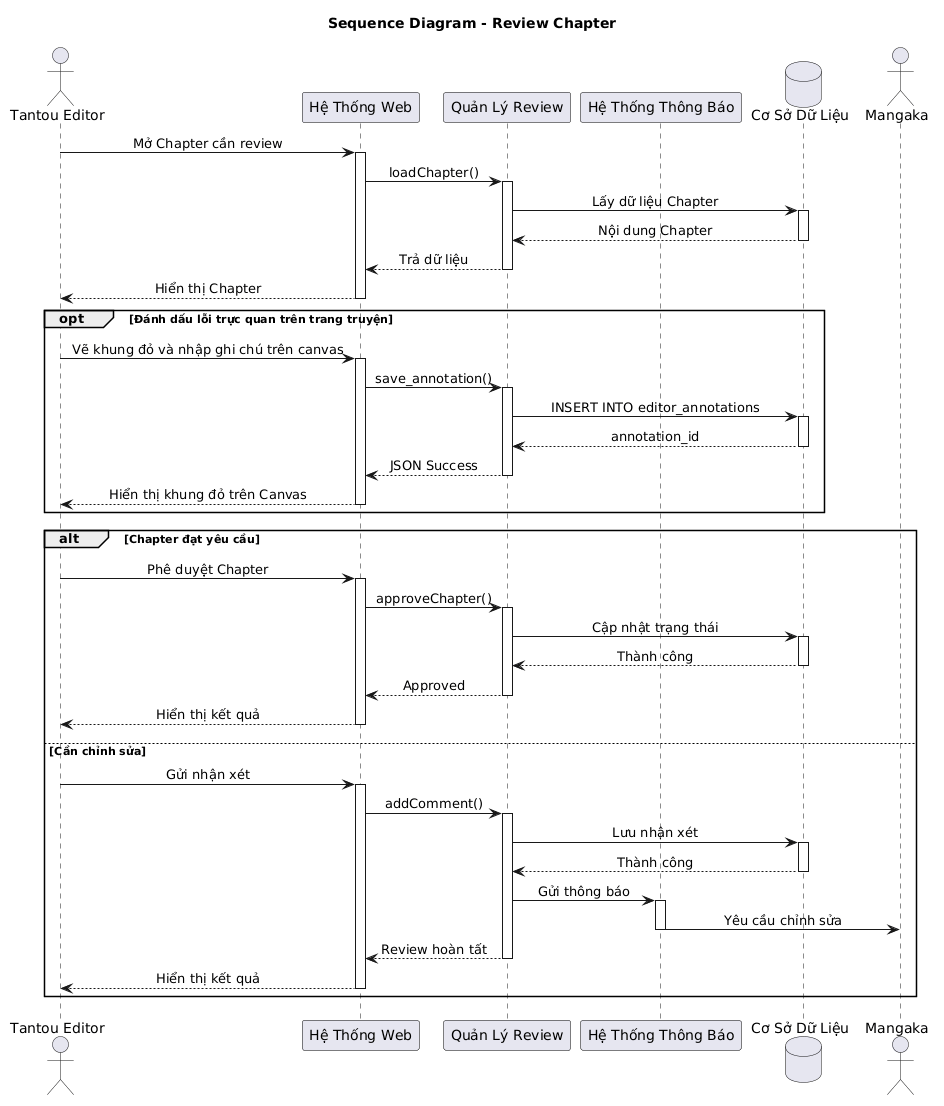
Earlier version of the PlantUML export assets/diagrams/Chapter3_IMAGE/sequence_diagram_review_chapter.png (trongtan0079/manga-workflow-report). Its diagram source:
```plantuml
@startuml
skinparam Shadowing false
skinparam ParticipantBackgroundColor #E6E6F0
skinparam ParticipantBorderColor Black
skinparam SequenceMessageAlign center

title Sequence Diagram - Review Chapter

actor "Tantou Editor" as Editor
participant "Hệ Thống Web" as Web
participant "Quản Lý Review" as ReviewManager
participant "Hệ Thống Thông Báo" as Notification
database "Cơ Sở Dữ Liệu" as DB
actor Mangaka

Editor -> Web : Mở Chapter cần review
activate Web

Web -> ReviewManager : loadChapter()
activate ReviewManager

ReviewManager -> DB : Lấy dữ liệu Chapter
activate DB
DB --> ReviewManager : Nội dung Chapter
deactivate DB

ReviewManager --> Web : Trả dữ liệu
deactivate ReviewManager

Web --> Editor : Hiển thị Chapter
deactivate Web

opt Đánh dấu lỗi trực quan trên trang truyện
    Editor -> Web : Vẽ khung đỏ và nhập ghi chú trên canvas
    activate Web
    Web -> ReviewManager : save_annotation()
    activate ReviewManager
    ReviewManager -> DB : INSERT INTO editor_annotations
    activate DB
    DB --> ReviewManager : annotation_id
    deactivate DB
    ReviewManager --> Web : JSON Success
    deactivate ReviewManager
    Web --> Editor : Hiển thị khung đỏ trên Canvas
    deactivate Web
end

alt Chapter đạt yêu cầu

    Editor -> Web : Phê duyệt Chapter
    activate Web

    Web -> ReviewManager : approveChapter()
    activate ReviewManager

    ReviewManager -> DB : Cập nhật trạng thái
    activate DB
    DB --> ReviewManager : Thành công
    deactivate DB

    ReviewManager --> Web : Approved
    deactivate ReviewManager

    Web --> Editor : Hiển thị kết quả
    deactivate Web

else Cần chỉnh sửa

    Editor -> Web : Gửi nhận xét
    activate Web

    Web -> ReviewManager : addComment()
    activate ReviewManager

    ReviewManager -> DB : Lưu nhận xét
    activate DB
    DB --> ReviewManager : Thành công
    deactivate DB

    ReviewManager -> Notification : Gửi thông báo
    activate Notification

    Notification -> Mangaka : Yêu cầu chỉnh sửa

    deactivate Notification

    ReviewManager --> Web : Review hoàn tất
    deactivate ReviewManager

    Web --> Editor : Hiển thị kết quả
    deactivate Web

end
@enduml
```
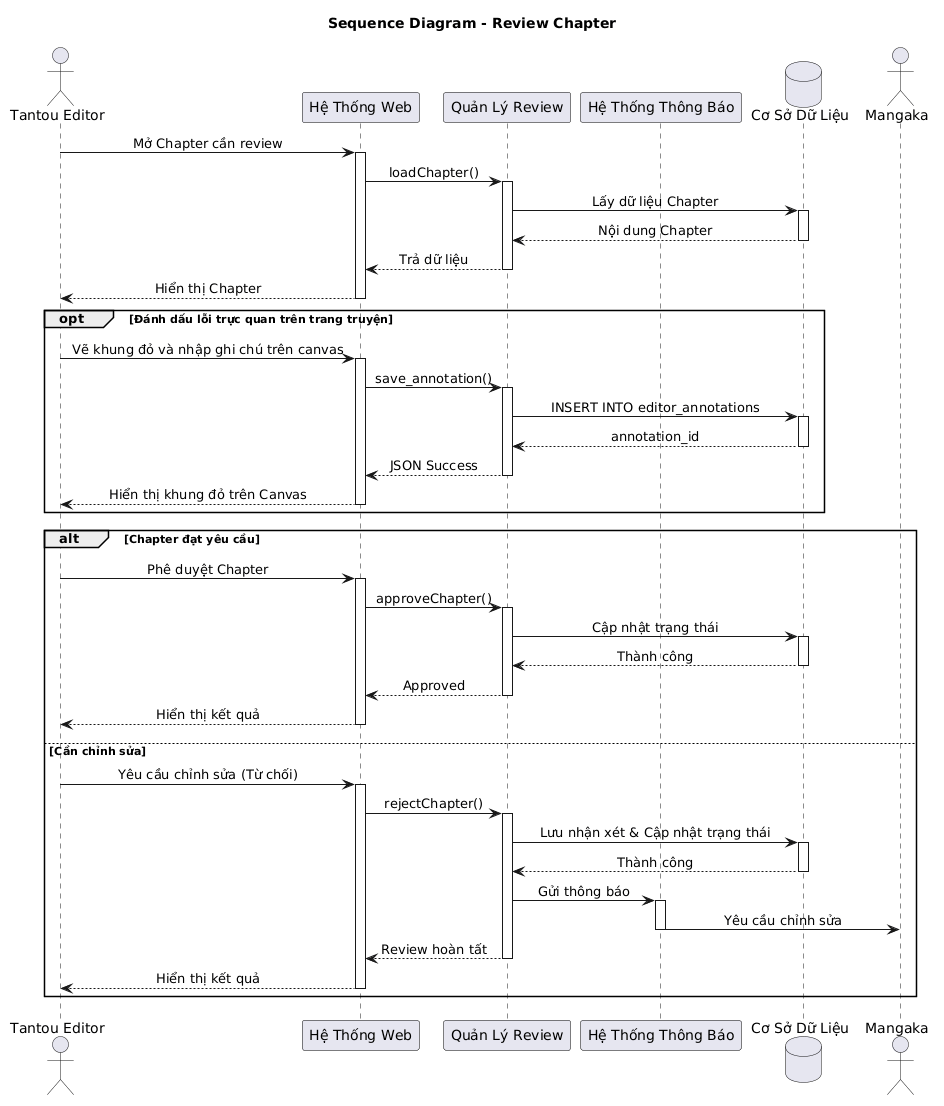
After the change.

What changed in the source:
```diff
@@ -66,13 +66,13 @@
 
 else Cần chỉnh sửa
 
-    Editor -> Web : Gửi nhận xét
+    Editor -> Web : Yêu cầu chỉnh sửa (Từ chối)
     activate Web
 
-    Web -> ReviewManager : addComment()
+    Web -> ReviewManager : rejectChapter()
     activate ReviewManager
 
-    ReviewManager -> DB : Lưu nhận xét
+    ReviewManager -> DB : Lưu nhận xét & Cập nhật trạng thái
     activate DB
     DB --> ReviewManager : Thành công
     deactivate DB
```
